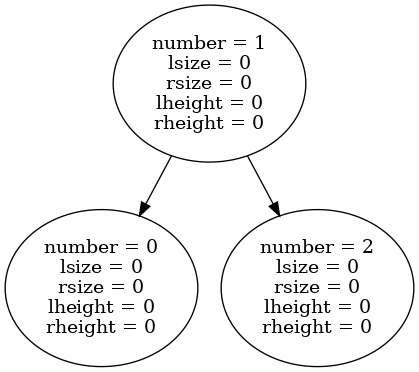
Earlier version of the Graphviz export Tree/graph.png (yanelox/ilab_2year). Its source is kept beside it as Tree/graph.dot. Source of this version:
```dot
digraph graphname {
1 [label="number = 1
lsize = 0
rsize = 0
lheight = 0
rheight = 0
"]
1 -> 0;
0 [label="number = 0
lsize = 0
rsize = 0
lheight = 0
rheight = 0
"]
1 -> 2;
2 [label="number = 2
lsize = 0
rsize = 0
lheight = 0
rheight = 0
"]
}
```
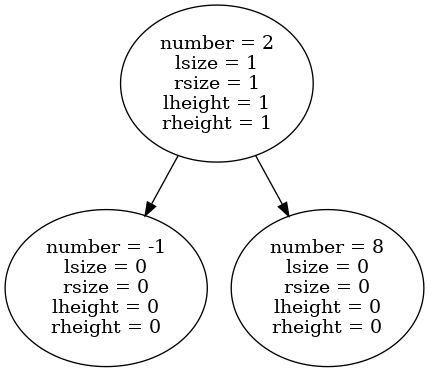
Above is the later version.

Diff of the diagram source:
```diff
@@ -1,19 +1,19 @@
 digraph graphname {
-1 [label="number = 1
+2 [label="number = 2
+lsize = 1
+rsize = 1
+lheight = 1
+rheight = 1
+"]
+2 -> -1;
+-1 [label="number = -1
 lsize = 0
 rsize = 0
 lheight = 0
 rheight = 0
 "]
-1 -> 0;
-0 [label="number = 0
-lsize = 0
-rsize = 0
-lheight = 0
-rheight = 0
-"]
-1 -> 2;
-2 [label="number = 2
+2 -> 8;
+8 [label="number = 8
 lsize = 0
 rsize = 0
 lheight = 0
```
